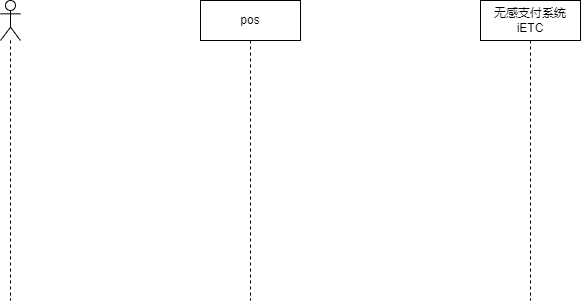
Before: 无感支付1.png, a diagram exported from draw.io (songyibo2019/mydiagrams). Source tidied: cells renumbered, new cells last; positions are measured from the earlier drawing's top-left corner, leaving out a move shared by most shapes. Its diagram source:
```xml
<mxGraphModel>
  <root>
    <mxCell id="0" />
    <mxCell id="1" parent="0" />
    <mxCell id="2" style="shape=umlLifeline;participant=umlActor;perimeter=lifelinePerimeter;whiteSpace=wrap;html=1;verticalAlign=top;spacingTop=36;" parent="1" vertex="1">
      <mxGeometry width="20" height="300" as="geometry" />
    </mxCell>
    <mxCell id="3" value="pos" style="shape=umlLifeline;perimeter=lifelinePerimeter;whiteSpace=wrap;html=1;" parent="1" vertex="1">
      <mxGeometry x="200" width="100" height="300" as="geometry" />
    </mxCell>
    <mxCell id="4" value="无感支付系统iETC" style="shape=umlLifeline;perimeter=lifelinePerimeter;whiteSpace=wrap;html=1;" parent="1" vertex="1">
      <mxGeometry x="480" width="100" height="300" as="geometry" />
    </mxCell>
  </root>
</mxGraphModel>
```
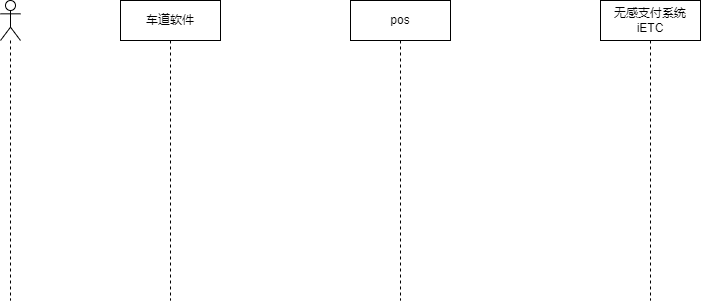
After the commit.

Diff of the diagram source:
```diff
@@ -6,10 +6,13 @@
       <mxGeometry width="20" height="300" as="geometry" />
     </mxCell>
     <mxCell id="3" value="pos" style="shape=umlLifeline;perimeter=lifelinePerimeter;whiteSpace=wrap;html=1;" parent="1" vertex="1">
-      <mxGeometry x="200" width="100" height="300" as="geometry" />
+      <mxGeometry x="350" width="100" height="300" as="geometry" />
     </mxCell>
     <mxCell id="4" value="无感支付系统iETC" style="shape=umlLifeline;perimeter=lifelinePerimeter;whiteSpace=wrap;html=1;" parent="1" vertex="1">
-      <mxGeometry x="480" width="100" height="300" as="geometry" />
+      <mxGeometry x="600" width="100" height="300" as="geometry" />
     </mxCell>
+    <mxCell id="5" value="车道软件" style="shape=umlLifeline;perimeter=lifelinePerimeter;whiteSpace=wrap;html=1;" parent="1" vertex="1">
+      <mxGeometry x="120" width="100" height="300" as="geometry" />
+    </mxCell>
   </root>
 </mxGraphModel>
```
